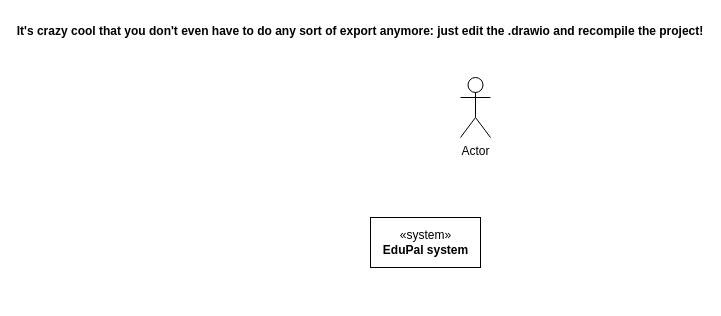
piatrashkakanstantinass/psi2 keeps this draw.io diagram as lab4/viewpoints/context/context.drawio. Above is the earlier version. Source tidied: cells renumbered, new cells numbered last; positions are measured from the earlier drawing's top-left corner, leaving out a move shared by most shapes. Both pictures are drawn from the tidied source at 100%, with x=0, y=0 at pixel (320, 17).
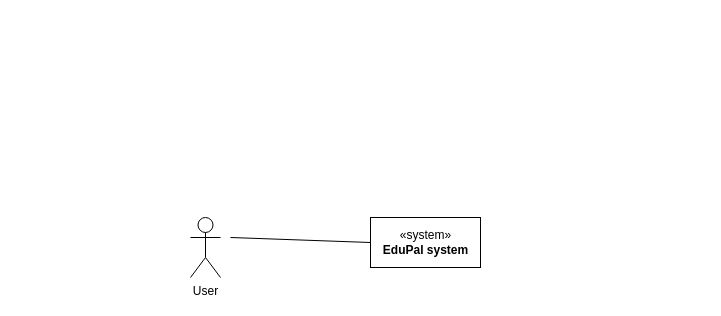
After the change.

Change to the diagram source:
```diff
@@
 <mxGraphModel>
   <root>
     <mxCell id="0" />
     <mxCell id="1" parent="0" />
     <mxCell id="2" value="«system»&lt;br&gt;&lt;b&gt;EduPal system&lt;/b&gt;" style="html=1;" parent="1" vertex="1">
       <mxGeometry x="50" y="200" width="110" height="50" as="geometry" />
     </mxCell>
-    <mxCell id="3" value="It's crazy cool that you don't even have to do any sort of export anymore: just edit the .drawio and recompile the project!" style="text;align=center;fontStyle=1;verticalAlign=middle;spacingLeft=3;spacingRight=3;strokeColor=none;" parent="1" vertex="1">
-      <mxGeometry width="80" height="26" as="geometry" />
-    </mxCell>
-    <mxCell id="4" value="Actor" style="shape=umlActor;verticalLabelPosition=bottom;verticalAlign=top;html=1;" parent="1" vertex="1">
-      <mxGeometry x="140" y="60" width="30" height="60" as="geometry" />
+    <mxCell id="4" value="User" style="shape=umlActor;verticalLabelPosition=bottom;verticalAlign=top;html=1;" parent="1" vertex="1">
+      <mxGeometry x="-130" y="200" width="30" height="60" as="geometry" />
     </mxCell>
+    <mxCell id="5" style="endArrow=none;html=1;entryX=0;entryY=0.5;entryDx=0;entryDy=0;" parent="1" edge="1" target="2">
+      <mxGeometry relative="1" as="geometry">
+        <mxPoint x="-90" y="220" as="sourcePoint" />
+      </mxGeometry>
+    </mxCell>
   </root>
 </mxGraphModel>
```
